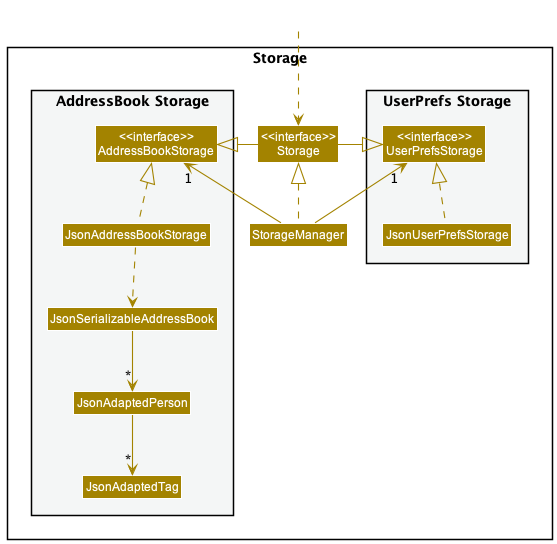
Above: docs/images/StorageClassDiagram.png in nus-cs2103-AY2223S2/tp (PlantUML), before the change.
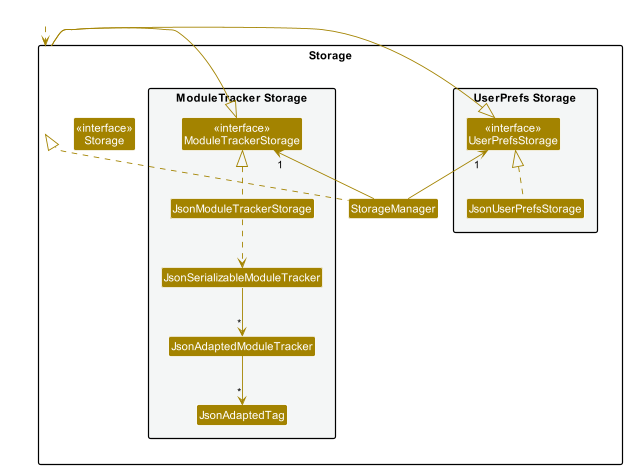
Later version of the same file.

The edit, as a diff of the source:
```diff
@@ -14,11 +14,11 @@
 Class "<<interface>>\nStorage" as Storage
 Class StorageManager
 
-package "AddressBook Storage" #F4F6F6{
-Class "<<interface>>\nAddressBookStorage" as AddressBookStorage
-Class JsonAddressBookStorage
-Class JsonSerializableAddressBook
-Class JsonAdaptedPerson
+package "ModuleTracker Storage" #F4F6F6{
+Class "<<interface>>\nModuleTrackerStorage" as ModuleTrackerStorage
+Class JsonModuleTrackerStorage
+Class JsonSerializableModuleTracker
+Class JsonAdaptedModuleTracker
 Class JsonAdaptedTag
 }
 
@@ -29,15 +29,15 @@
 
 StorageManager .up.|> Storage
 StorageManager -up-> "1" UserPrefsStorage
-StorageManager -up-> "1" AddressBookStorage
+StorageManager -up-> "1" ModuleTrackerStorage
 
 Storage -left-|> UserPrefsStorage
-Storage -right-|> AddressBookStorage
+Storage -right-|> ModuleTrackerStorage
 
 JsonUserPrefsStorage .up.|> UserPrefsStorage
-JsonAddressBookStorage .up.|> AddressBookStorage
-JsonAddressBookStorage ..> JsonSerializableAddressBook
-JsonSerializableAddressBook --> "*" JsonAdaptedPerson
-JsonAdaptedPerson --> "*" JsonAdaptedTag
+JsonModuleTrackerStorage .up.|> ModuleTrackerStorage
+JsonModuleTrackerStorage ..> JsonSerializableModuleTracker
+JsonSerializableModuleTracker --> "*" JsonAdaptedModuleTracker
+JsonAdaptedModuleTracker --> "*" JsonAdaptedTag
 
 @enduml
```
